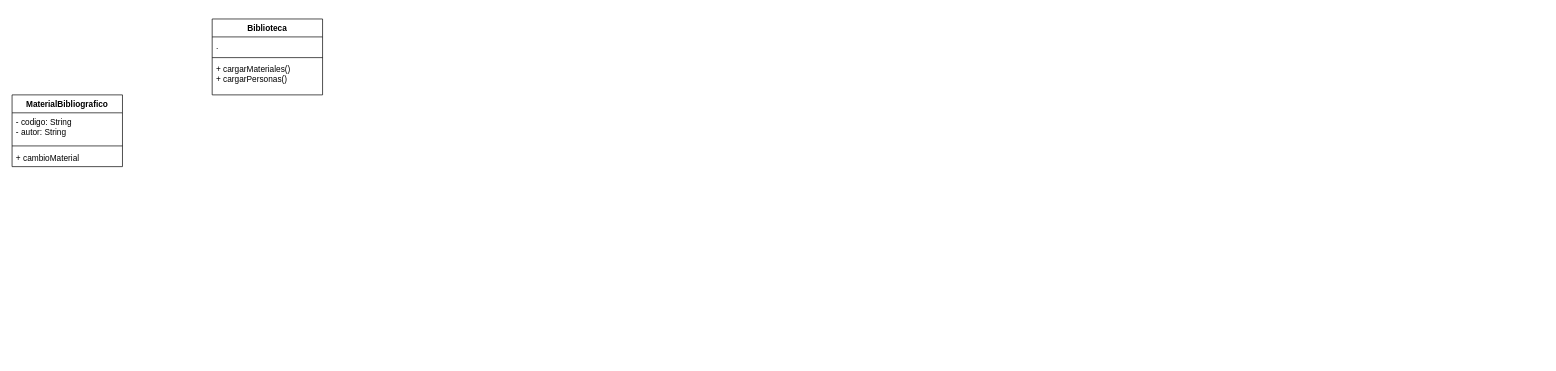
The draw.io diagram Biblioteca.drawio in Nikooll/Biblioteca_P.O.O, before the edit. Source tidied: cells renumbered, new cells numbered last; positions are measured from the earlier drawing's top-left corner, leaving out a move shared by most shapes. Both pictures are drawn from the tidied source at 69%, with x=0, y=0 at pixel (12, 19).
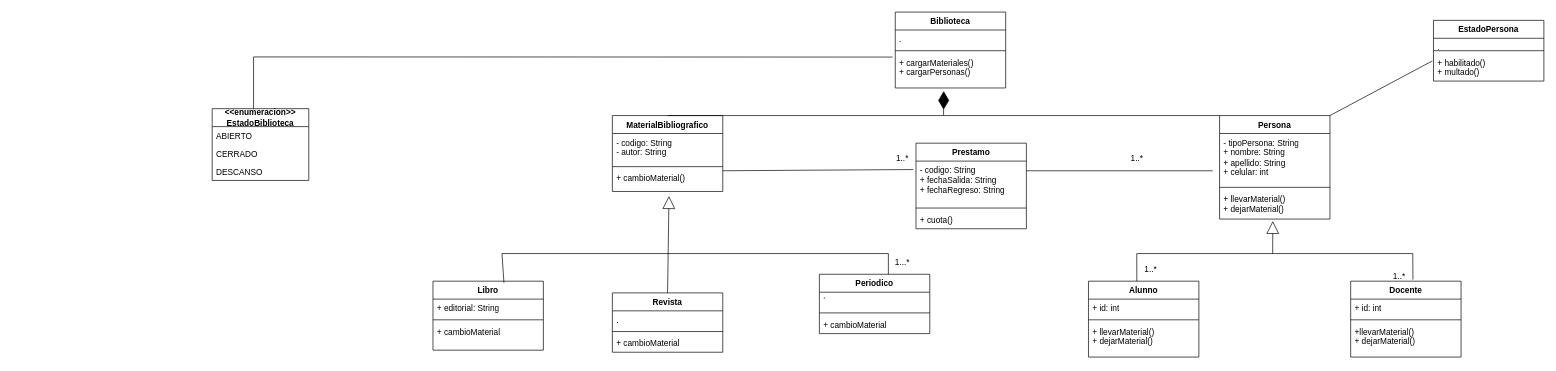
The same diagram, later.

The change refers to these unchanged cells:
```xml
<mxCell id="5" value="&lt;div&gt;+ cargarMateriales()&lt;/div&gt;&lt;div&gt;+ cargarPersonas()&lt;br&gt;&lt;/div&gt;&lt;div&gt;&lt;br&gt;&lt;/div&gt;" style="text;strokeColor=none;fillColor=none;align=left;verticalAlign=top;spacingLeft=4;spacingRight=4;overflow=hidden;points=[[0,0.5],[1,0.5]];portConstraint=eastwest;whiteSpace=wrap;html=1;" parent="2" vertex="1">
  <mxGeometry y="60" width="160" height="50" as="geometry" />
</mxCell>
```

Change to the diagram source:
```diff
@@
     <mxCell id="2" value="Biblioteca" style="swimlane;fontStyle=1;align=center;verticalAlign=top;horizontal=1;startSize=26;whiteSpace=wrap;html=1;" parent="1" vertex="1">
-      <mxGeometry x="290" width="160" height="110" as="geometry" />
+      <mxGeometry x="1280" y="-10" width="160" height="110" as="geometry" />
     </mxCell>
@@
     <mxCell id="6" value="MaterialBibliografico" style="swimlane;fontStyle=1;align=center;verticalAlign=top;horizontal=1;startSize=26;whiteSpace=wrap;html=1;" parent="1" vertex="1">
-      <mxGeometry y="110" width="160" height="104" as="geometry" />
+      <mxGeometry x="870" y="140" width="160" height="110" as="geometry" />
     </mxCell>
@@
-    <mxCell id="9" value="+ cambioMaterial" style="text;strokeColor=none;fillColor=none;align=left;verticalAlign=top;spacingLeft=4;spacingRight=4;overflow=hidden;points=[[0,0.5],[1,0.5]];portConstraint=eastwest;whiteSpace=wrap;html=1;" parent="6" vertex="1">
-      <mxGeometry y="78" width="160" height="26" as="geometry" />
+    <mxCell id="9" value="+ cambioMaterial()" style="text;strokeColor=none;fillColor=none;align=left;verticalAlign=top;spacingLeft=4;spacingRight=4;overflow=hidden;points=[[0,0.5],[1,0.5]];portConstraint=eastwest;whiteSpace=wrap;html=1;" parent="6" vertex="1">
+      <mxGeometry y="78" width="160" height="32" as="geometry" />
     </mxCell>
+    <mxCell id="10" value="Prestamo" style="swimlane;fontStyle=1;align=center;verticalAlign=top;horizontal=1;startSize=26;whiteSpace=wrap;html=1;" parent="1" vertex="1">
+      <mxGeometry x="1310" y="180" width="160" height="124" as="geometry" />
+    </mxCell>
+    <mxCell id="11" value="&lt;div&gt;- codigo: String&lt;/div&gt;&lt;div&gt;+ fechaSalida: String&lt;/div&gt;&lt;div&gt;+ fechaRegreso: String&lt;/div&gt;&lt;div&gt;&lt;br&gt;&lt;/div&gt;&lt;div&gt;&lt;br&gt;&lt;/div&gt;&lt;div&gt;&lt;br&gt;&lt;/div&gt;" style="text;strokeColor=none;fillColor=none;align=left;verticalAlign=top;spacingLeft=4;spacingRight=4;overflow=hidden;points=[[0,0.5],[1,0.5]];portConstraint=eastwest;whiteSpace=wrap;html=1;" parent="10" vertex="1">
+      <mxGeometry y="26" width="160" height="64" as="geometry" />
+    </mxCell>
+    <mxCell id="12" style="line;strokeWidth=1;fillColor=none;align=left;verticalAlign=middle;spacingTop=-1;spacingLeft=3;spacingRight=3;labelPosition=right;strokeColor=inherit;" parent="10" vertex="1">
+      <mxGeometry y="90" width="160" height="8" as="geometry" />
+    </mxCell>
+    <mxCell id="13" value="+ cuota()" style="text;strokeColor=none;fillColor=none;align=left;verticalAlign=top;spacingLeft=4;spacingRight=4;overflow=hidden;whiteSpace=wrap;html=1;" parent="10" vertex="1">
+      <mxGeometry y="98" width="160" height="26" as="geometry" />
+    </mxCell>
+    <mxCell id="14" value="Libro" style="swimlane;fontStyle=1;align=center;verticalAlign=top;horizontal=1;startSize=26;whiteSpace=wrap;html=1;" parent="1" vertex="1">
+      <mxGeometry x="610" y="380" width="160" height="100" as="geometry" />
+    </mxCell>
+    <mxCell id="15" value="+ editorial: String" style="text;strokeColor=none;fillColor=none;align=left;verticalAlign=top;spacingLeft=4;spacingRight=4;overflow=hidden;whiteSpace=wrap;html=1;" parent="14" vertex="1">
+      <mxGeometry y="26" width="160" height="26" as="geometry" />
+    </mxCell>
+    <mxCell id="16" style="line;strokeWidth=1;fillColor=none;align=left;verticalAlign=middle;spacingTop=-1;spacingLeft=3;spacingRight=3;labelPosition=right;strokeColor=inherit;" parent="14" vertex="1">
+      <mxGeometry y="52" width="160" height="8" as="geometry" />
+    </mxCell>
+    <mxCell id="17" value="+ cambioMaterial" style="text;strokeColor=none;fillColor=none;align=left;verticalAlign=top;spacingLeft=4;spacingRight=4;overflow=hidden;whiteSpace=wrap;html=1;" parent="14" vertex="1">
+      <mxGeometry y="60" width="160" height="40" as="geometry" />
+    </mxCell>
+    <mxCell id="18" value="Revista" style="swimlane;fontStyle=1;align=center;verticalAlign=top;horizontal=1;startSize=26;whiteSpace=wrap;html=1;" parent="1" vertex="1">
+      <mxGeometry x="870" y="397" width="160" height="86" as="geometry" />
+    </mxCell>
+    <mxCell id="19" value="." style="text;strokeColor=none;fillColor=none;align=left;verticalAlign=top;spacingLeft=4;spacingRight=4;overflow=hidden;whiteSpace=wrap;html=1;" parent="18" vertex="1">
+      <mxGeometry y="26" width="160" height="26" as="geometry" />
+    </mxCell>
+    <mxCell id="20" style="line;strokeWidth=1;fillColor=none;align=left;verticalAlign=middle;spacingTop=-1;spacingLeft=3;spacingRight=3;labelPosition=right;strokeColor=inherit;" parent="18" vertex="1">
+      <mxGeometry y="52" width="160" height="8" as="geometry" />
+    </mxCell>
+    <mxCell id="21" value="+ cambioMaterial" style="text;strokeColor=none;fillColor=none;align=left;verticalAlign=top;spacingLeft=4;spacingRight=4;overflow=hidden;whiteSpace=wrap;html=1;" parent="18" vertex="1">
+      <mxGeometry y="60" width="160" height="26" as="geometry" />
+    </mxCell>
+    <mxCell id="22" value="Periodico" style="swimlane;fontStyle=1;align=center;verticalAlign=top;horizontal=1;startSize=26;whiteSpace=wrap;html=1;" parent="1" vertex="1">
+      <mxGeometry x="1170" y="370" width="160" height="86" as="geometry" />
+    </mxCell>
+    <mxCell id="23" value="´" style="text;strokeColor=none;fillColor=none;align=left;verticalAlign=top;spacingLeft=4;spacingRight=4;overflow=hidden;whiteSpace=wrap;html=1;" parent="22" vertex="1">
+      <mxGeometry y="26" width="160" height="26" as="geometry" />
+    </mxCell>
+    <mxCell id="24" style="line;strokeWidth=1;fillColor=none;align=left;verticalAlign=middle;spacingTop=-1;spacingLeft=3;spacingRight=3;labelPosition=right;strokeColor=inherit;" parent="22" vertex="1">
+      <mxGeometry y="52" width="160" height="8" as="geometry" />
+    </mxCell>
+    <mxCell id="25" value="+ cambioMaterial" style="text;strokeColor=none;fillColor=none;align=left;verticalAlign=top;spacingLeft=4;spacingRight=4;overflow=hidden;whiteSpace=wrap;html=1;" parent="22" vertex="1">
+      <mxGeometry y="60" width="160" height="26" as="geometry" />
+    </mxCell>
+    <mxCell id="26" value="Persona" style="swimlane;fontStyle=1;align=center;verticalAlign=top;horizontal=1;startSize=26;whiteSpace=wrap;html=1;" parent="1" vertex="1">
+      <mxGeometry x="1750" y="140" width="160" height="150" as="geometry" />
+    </mxCell>
+    <mxCell id="27" value="&lt;div&gt;- tipoPersona: String&lt;/div&gt;&lt;div&gt;+ nombre: String&lt;/div&gt;&lt;div&gt;+ apellido: String&lt;/div&gt;&lt;div&gt;+ celular: int&lt;/div&gt;&lt;div&gt;&lt;br&gt;&lt;/div&gt;" style="text;strokeColor=none;fillColor=none;align=left;verticalAlign=top;spacingLeft=4;spacingRight=4;overflow=hidden;whiteSpace=wrap;html=1;" parent="26" vertex="1">
+      <mxGeometry y="26" width="160" height="74" as="geometry" />
+    </mxCell>
+    <mxCell id="28" style="line;strokeWidth=1;fillColor=none;align=left;verticalAlign=middle;spacingTop=-1;spacingLeft=3;spacingRight=3;labelPosition=right;strokeColor=inherit;" parent="26" vertex="1">
+      <mxGeometry y="100" width="160" height="8" as="geometry" />
+    </mxCell>
+    <mxCell id="29" value="&lt;div&gt;+ llevarMaterial()&lt;/div&gt;&lt;div&gt;+ dejarMaterial()&lt;br&gt;&lt;/div&gt;" style="text;strokeColor=none;fillColor=none;align=left;verticalAlign=top;spacingLeft=4;spacingRight=4;overflow=hidden;points=[[0,0.5],[1,0.5]];portConstraint=eastwest;whiteSpace=wrap;html=1;" parent="26" vertex="1">
+      <mxGeometry y="108" width="160" height="42" as="geometry" />
+    </mxCell>
+    <mxCell id="30" style="endArrow=block;endSize=16;endFill=0;html=1;rounded=0;exitX=0.5;exitY=0;exitDx=0;exitDy=0;entryX=0.513;entryY=1.209;entryDx=0;entryDy=0;entryPerimeter=0;" parent="1" edge="1" source="18" target="9">
+      <mxGeometry relative="1" as="geometry" />
+    </mxCell>
+    <mxCell id="31" style="endArrow=none;html=1;rounded=0;exitX=0.643;exitY=0.024;exitDx=0;exitDy=0;exitPerimeter=0;" parent="1" edge="1" source="14">
+      <mxGeometry relative="1" as="geometry">
+        <mxPoint x="910" y="340" as="targetPoint" />
+        <Array as="points">
+          <mxPoint x="710" y="340" />
+        </Array>
+      </mxGeometry>
+    </mxCell>
+    <mxCell id="32" style="endArrow=none;html=1;rounded=0;" parent="1" edge="1">
+      <mxGeometry relative="1" as="geometry">
+        <mxPoint x="910" y="340" as="sourcePoint" />
+        <mxPoint x="1270" y="370" as="targetPoint" />
+        <Array as="points">
+          <mxPoint x="1270" y="340" />
+        </Array>
+      </mxGeometry>
+    </mxCell>
+    <mxCell id="33" style="endArrow=diamondThin;endFill=1;endSize=24;html=1;rounded=0;exitX=0.5;exitY=0;exitDx=0;exitDy=0;entryX=0.439;entryY=1.091;entryDx=0;entryDy=0;entryPerimeter=0;" parent="1" edge="1" source="6" target="5">
+      <mxGeometry relative="1" as="geometry">
+        <Array as="points">
+          <mxPoint x="1350" y="140" />
+        </Array>
+      </mxGeometry>
+    </mxCell>
+    <mxCell id="34" style="endArrow=none;html=1;rounded=0;entryX=0;entryY=0;entryDx=0;entryDy=0;" parent="1" edge="1" target="26">
+      <mxGeometry relative="1" as="geometry">
+        <mxPoint x="1350" y="140" as="sourcePoint" />
+      </mxGeometry>
+    </mxCell>
+    <mxCell id="35" style="endArrow=none;html=1;rounded=0;exitX=1;exitY=0.062;exitDx=0;exitDy=0;exitPerimeter=0;entryX=-0.024;entryY=0.191;entryDx=0;entryDy=0;entryPerimeter=0;" parent="1" edge="1" source="9" target="11">
+      <mxGeometry relative="1" as="geometry" />
+    </mxCell>
+    <mxCell id="36" style="endArrow=none;html=1;rounded=0;" parent="1" edge="1">
+      <mxGeometry relative="1" as="geometry">
+        <mxPoint x="1740" y="220" as="sourcePoint" />
+        <mxPoint x="1470" y="220" as="targetPoint" />
+      </mxGeometry>
+    </mxCell>
+    <mxCell id="37" value="1..*" style="text;html=1;align=center;verticalAlign=middle;strokeColor=none;fillColor=none;" parent="1" vertex="1">
+      <mxGeometry x="1610" y="188" width="40" height="30" as="geometry" />
+    </mxCell>
+    <mxCell id="38" value="1..*" style="text;html=1;align=center;verticalAlign=middle;strokeColor=none;fillColor=none;" parent="1" vertex="1">
+      <mxGeometry x="1270" y="188" width="40" height="30" as="geometry" />
+    </mxCell>
+    <mxCell id="39" value="1...*" style="text;html=1;align=center;verticalAlign=middle;strokeColor=none;fillColor=none;" parent="1" vertex="1">
+      <mxGeometry x="1270" y="338" width="40" height="30" as="geometry" />
+    </mxCell>
+    <mxCell id="40" value="Alunno" style="swimlane;fontStyle=1;align=center;verticalAlign=top;horizontal=1;startSize=26;whiteSpace=wrap;html=1;" parent="1" vertex="1">
+      <mxGeometry x="1560" y="380" width="160" height="110" as="geometry" />
+    </mxCell>
+    <mxCell id="41" value="+ id: int" style="text;strokeColor=none;fillColor=none;align=left;verticalAlign=top;spacingLeft=4;spacingRight=4;overflow=hidden;whiteSpace=wrap;html=1;" parent="40" vertex="1">
+      <mxGeometry y="26" width="160" height="26" as="geometry" />
+    </mxCell>
+    <mxCell id="42" style="line;strokeWidth=1;fillColor=none;align=left;verticalAlign=middle;spacingTop=-1;spacingLeft=3;spacingRight=3;labelPosition=right;strokeColor=inherit;" parent="40" vertex="1">
+      <mxGeometry y="52" width="160" height="8" as="geometry" />
+    </mxCell>
+    <mxCell id="43" value="&lt;div&gt;+ llevarMaterial()&lt;/div&gt;&lt;div&gt;+ dejarMaterial()&lt;br&gt;&lt;/div&gt;" style="text;strokeColor=none;fillColor=none;align=left;verticalAlign=top;spacingLeft=4;spacingRight=4;overflow=hidden;whiteSpace=wrap;html=1;" parent="40" vertex="1">
+      <mxGeometry y="60" width="160" height="50" as="geometry" />
+    </mxCell>
+    <mxCell id="44" value="Docente" style="swimlane;fontStyle=1;align=center;verticalAlign=top;horizontal=1;startSize=26;whiteSpace=wrap;html=1;" parent="1" vertex="1">
+      <mxGeometry x="1940" y="380" width="160" height="110" as="geometry" />
+    </mxCell>
+    <mxCell id="45" value="+ id: int" style="text;strokeColor=none;fillColor=none;align=left;verticalAlign=top;spacingLeft=4;spacingRight=4;overflow=hidden;whiteSpace=wrap;html=1;" parent="44" vertex="1">
+      <mxGeometry y="26" width="160" height="26" as="geometry" />
+    </mxCell>
+    <mxCell id="46" style="line;strokeWidth=1;fillColor=none;align=left;verticalAlign=middle;spacingTop=-1;spacingLeft=3;spacingRight=3;labelPosition=right;strokeColor=inherit;" parent="44" vertex="1">
+      <mxGeometry y="52" width="160" height="8" as="geometry" />
+    </mxCell>
+    <mxCell id="47" value="&lt;div&gt;+llevarMaterial()&lt;/div&gt;&lt;div&gt;+ dejarMaterial()&lt;br&gt;&lt;/div&gt;" style="text;strokeColor=none;fillColor=none;align=left;verticalAlign=top;spacingLeft=4;spacingRight=4;overflow=hidden;whiteSpace=wrap;html=1;" parent="44" vertex="1">
+      <mxGeometry y="60" width="160" height="50" as="geometry" />
+    </mxCell>
+    <mxCell id="48" style="endArrow=block;endSize=16;endFill=0;html=1;rounded=0;entryX=0.482;entryY=1.067;entryDx=0;entryDy=0;entryPerimeter=0;" parent="1" edge="1" target="29">
+      <mxGeometry relative="1" as="geometry">
+        <mxPoint x="1827" y="340" as="sourcePoint" />
+      </mxGeometry>
+    </mxCell>
+    <mxCell id="49" style="endArrow=none;html=1;rounded=0;exitX=0.438;exitY=0;exitDx=0;exitDy=0;exitPerimeter=0;" parent="1" edge="1" source="40">
+      <mxGeometry relative="1" as="geometry">
+        <mxPoint x="1830" y="340" as="targetPoint" />
+        <Array as="points">
+          <mxPoint x="1630" y="340" />
+        </Array>
+      </mxGeometry>
+    </mxCell>
+    <mxCell id="50" style="endArrow=none;html=1;rounded=0;entryX=0.564;entryY=-0.021;entryDx=0;entryDy=0;entryPerimeter=0;" parent="1" edge="1" target="44">
+      <mxGeometry relative="1" as="geometry">
+        <mxPoint x="1830" y="340" as="sourcePoint" />
+        <Array as="points">
+          <mxPoint x="2030" y="340" />
+        </Array>
+      </mxGeometry>
+    </mxCell>
+    <mxCell id="51" value="1..*" style="text;html=1;align=center;verticalAlign=middle;strokeColor=none;fillColor=none;" parent="1" vertex="1">
+      <mxGeometry x="1630" y="348" width="40" height="30" as="geometry" />
+    </mxCell>
+    <mxCell id="52" value="1..*" style="text;html=1;align=center;verticalAlign=middle;strokeColor=none;fillColor=none;" parent="1" vertex="1">
+      <mxGeometry x="1990" y="358" width="40" height="30" as="geometry" />
+    </mxCell>
+    <mxCell id="53" style="endArrow=none;html=1;rounded=0;entryX=-0.012;entryY=0.109;entryDx=0;entryDy=0;entryPerimeter=0;exitX=1;exitY=0;exitDx=0;exitDy=0;" parent="1" edge="1" source="26">
+      <mxGeometry relative="1" as="geometry">
+        <mxPoint x="2058.3" y="60.8" as="targetPoint" />
+      </mxGeometry>
+    </mxCell>
+    <mxCell id="54" value="EstadoPersona" style="swimlane;fontStyle=1;align=center;verticalAlign=top;horizontal=1;startSize=26;whiteSpace=wrap;html=1;" parent="1" vertex="1">
+      <mxGeometry x="2060" y="2" width="160" height="88" as="geometry" />
+    </mxCell>
+    <mxCell id="55" value="." style="text;strokeColor=none;fillColor=none;align=left;verticalAlign=top;spacingLeft=4;spacingRight=4;overflow=hidden;whiteSpace=wrap;html=1;" parent="54" vertex="1">
+      <mxGeometry y="26" width="160" height="14" as="geometry" />
+    </mxCell>
+    <mxCell id="56" style="line;strokeWidth=1;fillColor=none;align=left;verticalAlign=middle;spacingTop=-1;spacingLeft=3;spacingRight=3;labelPosition=right;strokeColor=inherit;" parent="54" vertex="1">
+      <mxGeometry y="40" width="160" height="8" as="geometry" />
+    </mxCell>
+    <mxCell id="57" value="&lt;div&gt;+ habilitado()&lt;/div&gt;&lt;div&gt;+ multado()&lt;br&gt;&lt;/div&gt;" style="text;strokeColor=none;fillColor=none;align=left;verticalAlign=top;spacingLeft=4;spacingRight=4;overflow=hidden;whiteSpace=wrap;html=1;" parent="54" vertex="1">
+      <mxGeometry y="48" width="160" height="40" as="geometry" />
+    </mxCell>
+    <mxCell id="58" style="endArrow=none;html=1;rounded=0;entryX=-0.024;entryY=0.104;entryDx=0;entryDy=0;entryPerimeter=0;" parent="1" edge="1" target="5">
+      <mxGeometry relative="1" as="geometry">
+        <mxPoint x="350" y="130" as="sourcePoint" />
+        <Array as="points">
+          <mxPoint x="350" y="55" />
+        </Array>
+      </mxGeometry>
+    </mxCell>
+    <mxCell id="59" value="&lt;div&gt;&lt;span lang=&quot;es&quot; class=&quot;BxUVEf ILfuVd&quot;&gt;&lt;span class=&quot;hgKElc&quot;&gt;&lt;b&gt;&amp;lt;&lt;/b&gt;&lt;/span&gt;&lt;/span&gt;&lt;span lang=&quot;es&quot; class=&quot;BxUVEf ILfuVd&quot;&gt;&lt;span class=&quot;hgKElc&quot;&gt;&lt;b&gt;&amp;lt;enumeracion&lt;/b&gt;&lt;/span&gt;&lt;/span&gt;&lt;span lang=&quot;es&quot; class=&quot;BxUVEf ILfuVd&quot;&gt;&lt;span class=&quot;hgKElc&quot;&gt;&lt;b&gt;&amp;gt;&lt;/b&gt;&lt;/span&gt;&lt;/span&gt;&lt;span lang=&quot;es&quot; class=&quot;BxUVEf ILfuVd&quot;&gt;&lt;span class=&quot;hgKElc&quot;&gt;&lt;b&gt;&amp;gt;&lt;/b&gt;&lt;/span&gt;&lt;/span&gt;&lt;/div&gt;&lt;div&gt;&lt;span lang=&quot;es&quot; class=&quot;BxUVEf ILfuVd&quot;&gt;&lt;span class=&quot;hgKElc&quot;&gt;&lt;b&gt;EstadoBiblioteca&lt;br&gt;&lt;/b&gt;&lt;/span&gt;&lt;/span&gt;&lt;/div&gt;" style="swimlane;fontStyle=0;horizontal=1;startSize=26;fillColor=none;whiteSpace=wrap;html=1;" parent="1" vertex="1">
+      <mxGeometry x="290" y="130" width="140" height="104" as="geometry" />
+    </mxCell>
+    <mxCell id="60" value="ABIERTO" style="text;strokeColor=none;fillColor=none;align=left;verticalAlign=top;spacingLeft=4;spacingRight=4;overflow=hidden;whiteSpace=wrap;html=1;" parent="59" vertex="1">
+      <mxGeometry y="26" width="140" height="26" as="geometry" />
+    </mxCell>
+    <mxCell id="61" value="CERRADO" style="text;strokeColor=none;fillColor=none;align=left;verticalAlign=top;spacingLeft=4;spacingRight=4;overflow=hidden;whiteSpace=wrap;html=1;" parent="59" vertex="1">
+      <mxGeometry y="52" width="140" height="26" as="geometry" />
+    </mxCell>
+    <mxCell id="62" value="DESCANSO" style="text;strokeColor=none;fillColor=none;align=left;verticalAlign=top;spacingLeft=4;spacingRight=4;overflow=hidden;whiteSpace=wrap;html=1;" parent="59" vertex="1">
+      <mxGeometry y="78" width="140" height="26" as="geometry" />
+    </mxCell>
```
